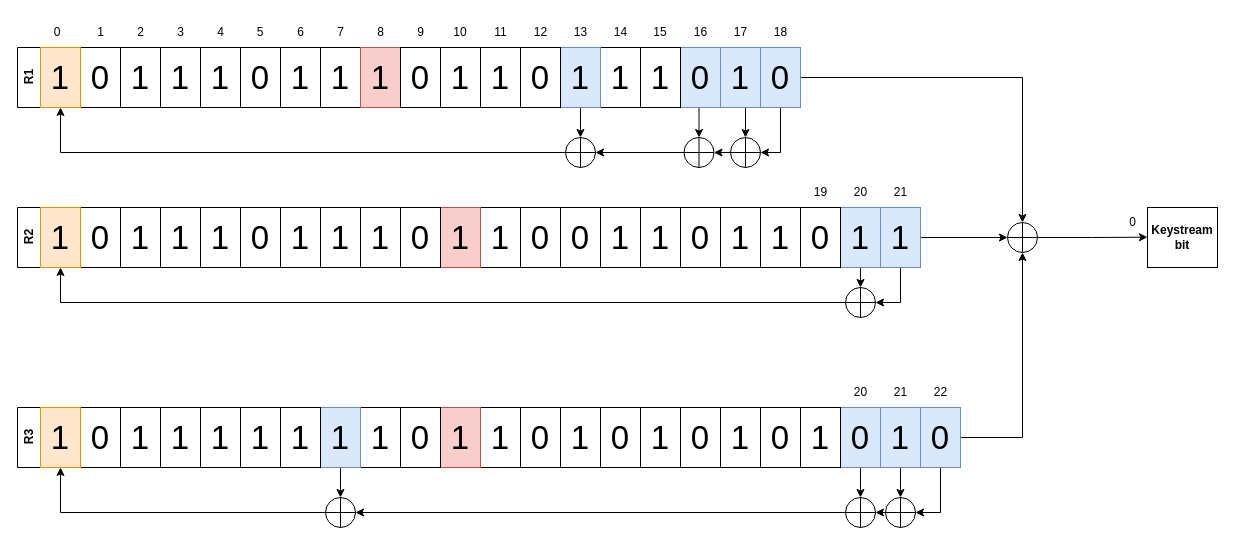
Earlier version of the draw.io diagram public/img/a51Page/a51_en.drawio (hejzlzd1/EducrypterUHK). Source tidied: cells renumbered, new cells numbered last; positions are measured from the earlier drawing's top-left corner, leaving out a move shared by most shapes. Both pictures are drawn from the tidied source at 100%, with x=0, y=0 at pixel (17, 17).
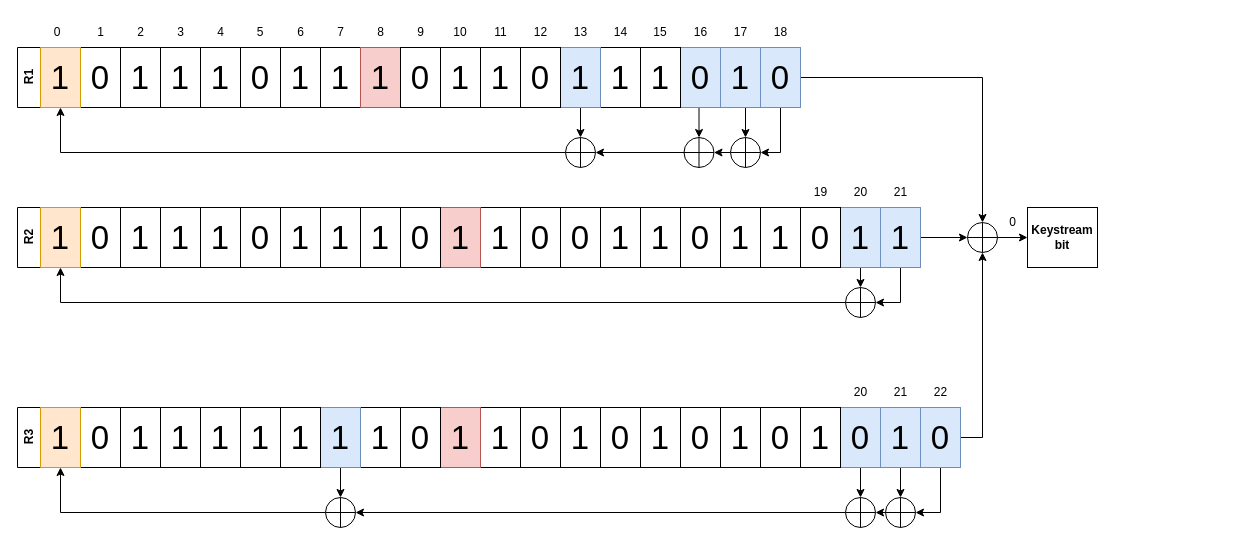
The same diagram, later.

Change to the diagram source:
```diff
@@
-    <mxCell id="121" style="edgeStyle=orthogonalEdgeStyle;rounded=0;jettySize=auto;html=1;exitX=1;exitY=0.5;exitDx=0;exitDy=0;" parent="1" edge="1" source="122">
-      <mxGeometry relative="1" as="geometry">
-        <mxPoint x="1130" y="219.7" as="targetPoint" />
-      </mxGeometry>
-    </mxCell>
     <mxCell id="122" style="shape=orEllipse;perimeter=ellipsePerimeter;whiteSpace=wrap;html=1;backgroundOutline=1;" parent="1" vertex="1">
-      <mxGeometry x="990" y="205" width="30" height="30" as="geometry" />
+      <mxGeometry x="950" y="205" width="30" height="30" as="geometry" />
     </mxCell>
+    <mxCell id="124" value="0" style="text;html=1;align=center;verticalAlign=middle;strokeColor=none;fillColor=none;" parent="1" vertex="1">
+      <mxGeometry x="980" y="190" width="30" height="30" as="geometry" />
+    </mxCell>
+    <mxCell id="125" style="edgeStyle=orthogonalEdgeStyle;rounded=0;jettySize=auto;html=1;exitX=1;exitY=0.5;exitDx=0;exitDy=0;" parent="1" edge="1" source="122" target="123">
+      <mxGeometry relative="1" as="geometry" />
+    </mxCell>
     <mxCell id="123" value="&lt;b&gt;Keystream bit&lt;/b&gt;" style="whiteSpace=wrap;html=1;" parent="1" vertex="1">
-      <mxGeometry x="1130" y="190" width="70" height="60" as="geometry" />
+      <mxGeometry x="1010" y="190" width="70" height="60" as="geometry" />
     </mxCell>
-    <mxCell id="124" value="0" style="text;html=1;align=center;verticalAlign=middle;strokeColor=none;fillColor=none;" parent="1" vertex="1">
-      <mxGeometry x="1100" y="190" width="30" height="30" as="geometry" />
-    </mxCell>
```
